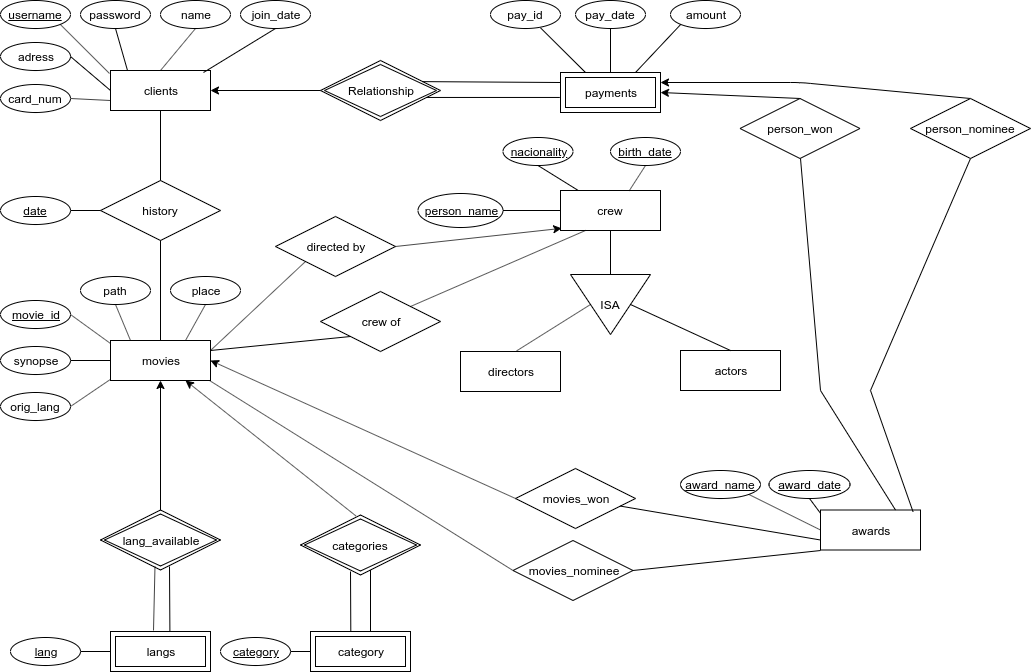
Earlier version of the draw.io export BD-2 .png (MiguelNdeCarvalho/BD-Work-2). Source tidied: cells renumbered, new cells last; positions are measured from the earlier drawing's top-left corner, leaving out a move shared by most shapes.
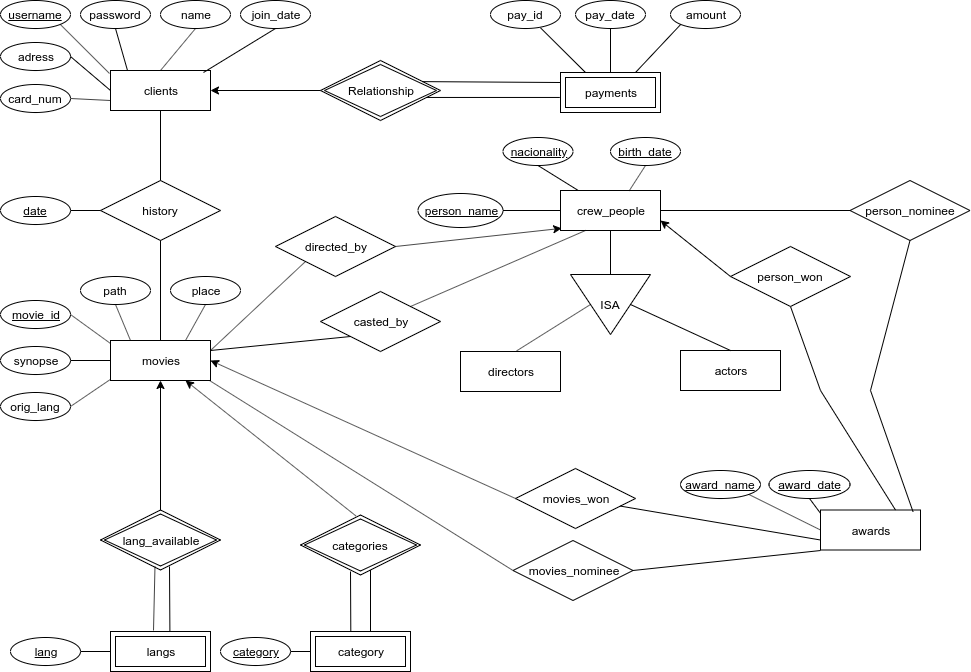
After the change.

What changed in the source:
```diff
@@ -178,7 +178,7 @@
         <mxPoint x="350" y="571" as="sourcePoint" />
       </mxGeometry>
     </mxCell>
-    <mxCell id="56" value="crew" style="whiteSpace=wrap;html=1;align=center;" parent="1" vertex="1">
+    <mxCell id="56" value="crew_people" style="whiteSpace=wrap;html=1;align=center;" parent="1" vertex="1">
       <mxGeometry x="560" y="190" width="100" height="40" as="geometry" />
     </mxCell>
     <mxCell id="57" value="person_name" style="ellipse;whiteSpace=wrap;html=1;align=center;fontStyle=4;" parent="1" vertex="1">
@@ -220,30 +220,18 @@
     <mxCell id="69" value="awards" style="whiteSpace=wrap;html=1;align=center;" parent="1" vertex="1">
       <mxGeometry x="820" y="509.5" width="100" height="40" as="geometry" />
     </mxCell>
-    <mxCell id="70" style="endArrow=classic;html=1;entryX=1;entryY=0.5;entryDx=0;entryDy=0;exitX=0.5;exitY=0;exitDx=0;exitDy=0;" parent="1" edge="1" target="33">
-      <mxGeometry relative="1" as="geometry">
-        <mxPoint x="800" y="98" as="sourcePoint" />
-      </mxGeometry>
+    <mxCell id="70" style="endArrow=classic;html=1;entryX=1;entryY=0.75;entryDx=0;entryDy=0;exitX=0;exitY=0.5;exitDx=0;exitDy=0;" parent="1" edge="1" source="78" target="56">
+      <mxGeometry relative="1" as="geometry" />
     </mxCell>
-    <mxCell id="71" style="endArrow=classic;html=1;exitX=0.5;exitY=0;exitDx=0;exitDy=0;entryX=1;entryY=0.25;entryDx=0;entryDy=0;" parent="1" edge="1" target="33">
-      <mxGeometry relative="1" as="geometry">
-        <mxPoint x="970" y="98" as="sourcePoint" />
-        <Array as="points">
-          <mxPoint x="800" y="82" />
-        </Array>
-      </mxGeometry>
-    </mxCell>
-    <mxCell id="72" style="endArrow=none;html=1;rounded=0;entryX=0.5;entryY=1;entryDx=0;entryDy=0;exitX=0.75;exitY=0;exitDx=0;exitDy=0;" parent="1" edge="1" source="69">
+    <mxCell id="72" style="endArrow=none;html=1;rounded=0;entryX=0.5;entryY=1;entryDx=0;entryDy=0;exitX=0.75;exitY=0;exitDx=0;exitDy=0;" parent="1" edge="1" source="69" target="78">
       <mxGeometry relative="1" as="geometry">
-        <mxPoint x="800" y="158" as="targetPoint" />
         <Array as="points">
           <mxPoint x="820" y="390" />
         </Array>
       </mxGeometry>
     </mxCell>
-    <mxCell id="73" style="endArrow=none;html=1;rounded=0;entryX=0.5;entryY=1;entryDx=0;entryDy=0;exitX=0.925;exitY=0.042;exitDx=0;exitDy=0;exitPerimeter=0;" parent="1" edge="1" source="69">
+    <mxCell id="73" style="endArrow=none;html=1;rounded=0;entryX=0.5;entryY=1;entryDx=0;entryDy=0;exitX=0.925;exitY=0.042;exitDx=0;exitDy=0;exitPerimeter=0;" parent="1" edge="1" source="69" target="79">
       <mxGeometry relative="1" as="geometry">
-        <mxPoint x="970" y="158" as="targetPoint" />
         <Array as="points">
           <mxPoint x="870" y="390" />
         </Array>
@@ -262,10 +250,10 @@
       <mxGeometry relative="1" as="geometry" />
     </mxCell>
     <mxCell id="78" value="person_won" style="shape=rhombus;perimeter=rhombusPerimeter;whiteSpace=wrap;html=1;align=center;" parent="1" vertex="1">
-      <mxGeometry x="739.5" y="98" width="120" height="60" as="geometry" />
+      <mxGeometry x="730" y="246" width="120" height="60" as="geometry" />
     </mxCell>
     <mxCell id="79" value="person_nominee" style="shape=rhombus;perimeter=rhombusPerimeter;whiteSpace=wrap;html=1;align=center;" parent="1" vertex="1">
-      <mxGeometry x="910" y="98" width="120" height="60" as="geometry" />
+      <mxGeometry x="849.5" y="180" width="120" height="60" as="geometry" />
     </mxCell>
     <mxCell id="80" value="movies_won" style="shape=rhombus;perimeter=rhombusPerimeter;whiteSpace=wrap;html=1;align=center;" parent="1" vertex="1">
       <mxGeometry x="515" y="468" width="120" height="60" as="geometry" />
@@ -276,7 +264,7 @@
     <mxCell id="82" style="endArrow=classic;html=1;exitX=0;exitY=0.5;exitDx=0;exitDy=0;entryX=1;entryY=0.5;entryDx=0;entryDy=0;" parent="1" edge="1" source="80" target="19">
       <mxGeometry relative="1" as="geometry" />
     </mxCell>
-    <mxCell id="83" value="directed by" style="shape=rhombus;perimeter=rhombusPerimeter;whiteSpace=wrap;html=1;align=center;" parent="1" vertex="1">
+    <mxCell id="83" value="directed_by" style="shape=rhombus;perimeter=rhombusPerimeter;whiteSpace=wrap;html=1;align=center;" parent="1" vertex="1">
       <mxGeometry x="275" y="216" width="120" height="60" as="geometry" />
     </mxCell>
     <mxCell id="84" style="endArrow=none;html=1;rounded=0;exitX=1;exitY=0.25;exitDx=0;exitDy=0;entryX=0;entryY=1;entryDx=0;entryDy=0;" parent="1" edge="1" source="19" target="83">
@@ -285,7 +273,7 @@
     <mxCell id="85" style="endArrow=classic;html=1;exitX=1;exitY=0.5;exitDx=0;exitDy=0;entryX=0.012;entryY=0.946;entryDx=0;entryDy=0;entryPerimeter=0;" parent="1" edge="1" source="83" target="56">
       <mxGeometry relative="1" as="geometry" />
     </mxCell>
-    <mxCell id="86" value="crew of" style="shape=rhombus;perimeter=rhombusPerimeter;whiteSpace=wrap;html=1;align=center;" parent="1" vertex="1">
+    <mxCell id="86" value="casted_by" style="shape=rhombus;perimeter=rhombusPerimeter;whiteSpace=wrap;html=1;align=center;" parent="1" vertex="1">
       <mxGeometry x="320" y="291" width="120" height="60" as="geometry" />
     </mxCell>
     <mxCell id="87" style="endArrow=none;html=1;entryX=0.25;entryY=1;entryDx=0;entryDy=0;exitX=1;exitY=0;exitDx=0;exitDy=0;" parent="1" edge="1" source="86" target="56">
@@ -303,5 +291,8 @@
     <mxCell id="91" style="endArrow=none;html=1;rounded=0;exitX=0.99;exitY=1;exitDx=0;exitDy=0;exitPerimeter=0;entryX=0;entryY=0.5;entryDx=0;entryDy=0;" parent="1" edge="1" source="19" target="89">
       <mxGeometry relative="1" as="geometry" />
     </mxCell>
+    <mxCell id="92" style="endArrow=none;html=1;rounded=0;exitX=1;exitY=0.5;exitDx=0;exitDy=0;entryX=0;entryY=0.5;entryDx=0;entryDy=0;" parent="1" edge="1" source="56" target="79">
+      <mxGeometry relative="1" as="geometry" />
+    </mxCell>
   </root>
 </mxGraphModel>
```
